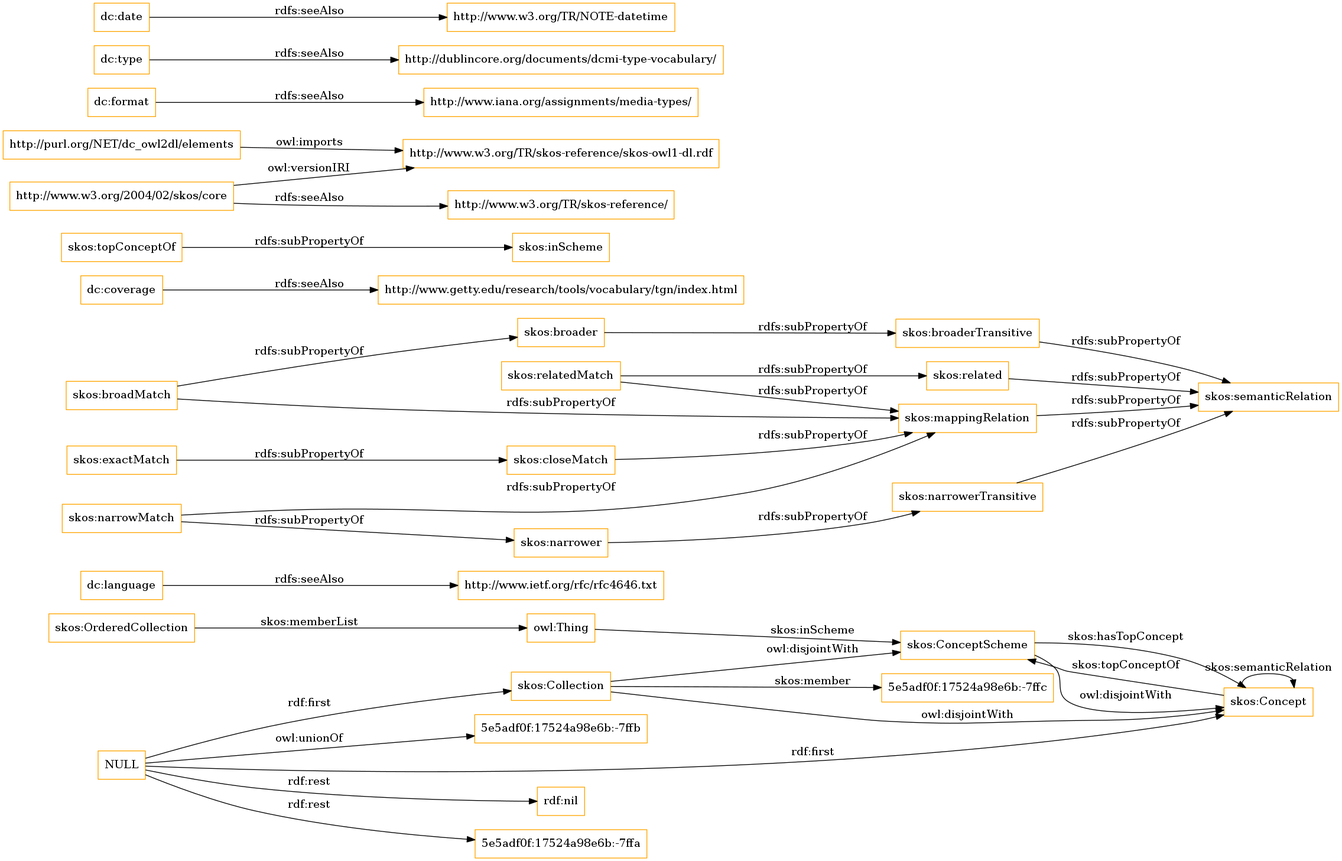
This is OnToology/imports/elements.owl/diagrams/ar2dtool-class/elements.owl.png from OnToologyUser/core-ontology-1, a Graphviz export, as it was before one commit. Its source is kept beside it as OnToology/imports/elements.owl/diagrams/ar2dtool-class/elements.owl.png.dot.
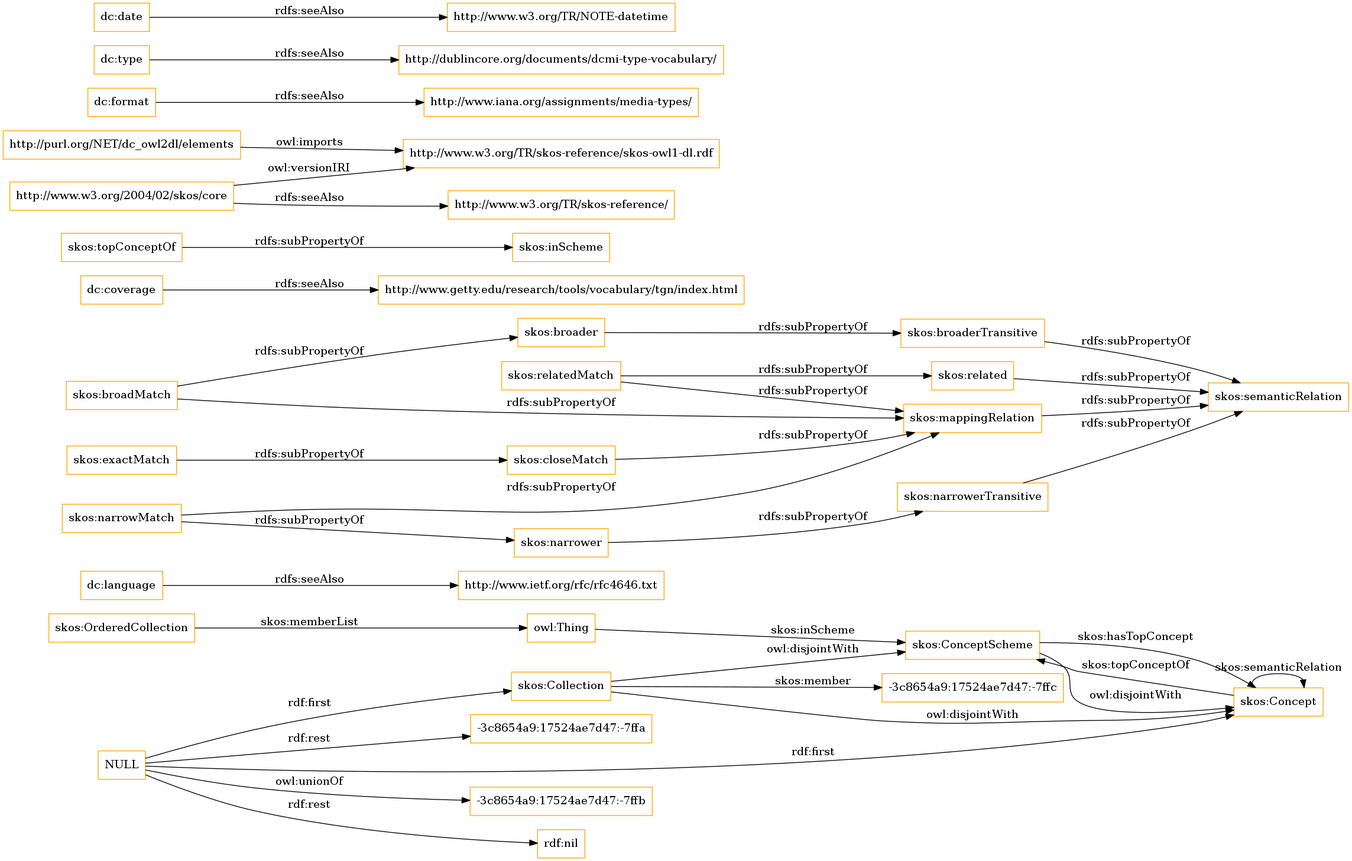
Above is the later version.

What changed in the source:
```diff
@@ -1,13 +1,13 @@
 digraph ar2dtool_diagram {
 rankdir=LR;
 size="1501"
-node [shape = rectangle, color="orange"]; "5e5adf0f:17524a98e6b:-7ffc" "skos:OrderedCollection" "skos:Collection" "skos:ConceptScheme" "skos:Concept" ; /*classes style*/
+node [shape = rectangle, color="orange"]; "-3c8654a9:17524ae7d47:-7ffc" "skos:OrderedCollection" "skos:Collection" "skos:ConceptScheme" "skos:Concept" ; /*classes style*/
 	"dc:language" -> "http://www.ietf.org/rfc/rfc4646.txt" [ label = "rdfs:seeAlso" ];
+	"NULL" -> "-3c8654a9:17524ae7d47:-7ffb" [ label = "owl:unionOf" ];
 	"NULL" -> "rdf:nil" [ label = "rdf:rest" ];
 	"NULL" -> "skos:Collection" [ label = "rdf:first" ];
-	"NULL" -> "5e5adf0f:17524a98e6b:-7ffa" [ label = "rdf:rest" ];
+	"NULL" -> "-3c8654a9:17524ae7d47:-7ffa" [ label = "rdf:rest" ];
 	"NULL" -> "skos:Concept" [ label = "rdf:first" ];
-	"NULL" -> "5e5adf0f:17524a98e6b:-7ffb" [ label = "owl:unionOf" ];
 	"skos:closeMatch" -> "skos:mappingRelation" [ label = "rdfs:subPropertyOf" ];
 	"dc:coverage" -> "http://www.getty.edu/research/tools/vocabulary/tgn/index.html" [ label = "rdfs:seeAlso" ];
 	"skos:relatedMatch" -> "skos:related" [ label = "rdfs:subPropertyOf" ];
@@ -36,7 +36,7 @@
 	"skos:OrderedCollection" -> "owl:Thing" [ label = "skos:memberList" ];
 	"skos:Concept" -> "skos:ConceptScheme" [ label = "skos:topConceptOf" ];
 	"skos:Concept" -> "skos:Concept" [ label = "skos:semanticRelation" ];
-	"skos:Collection" -> "5e5adf0f:17524a98e6b:-7ffc" [ label = "skos:member" ];
+	"skos:Collection" -> "-3c8654a9:17524ae7d47:-7ffc" [ label = "skos:member" ];
 	"skos:ConceptScheme" -> "skos:Concept" [ label = "skos:hasTopConcept" ];
 	"owl:Thing" -> "skos:ConceptScheme" [ label = "skos:inScheme" ];
 
```
